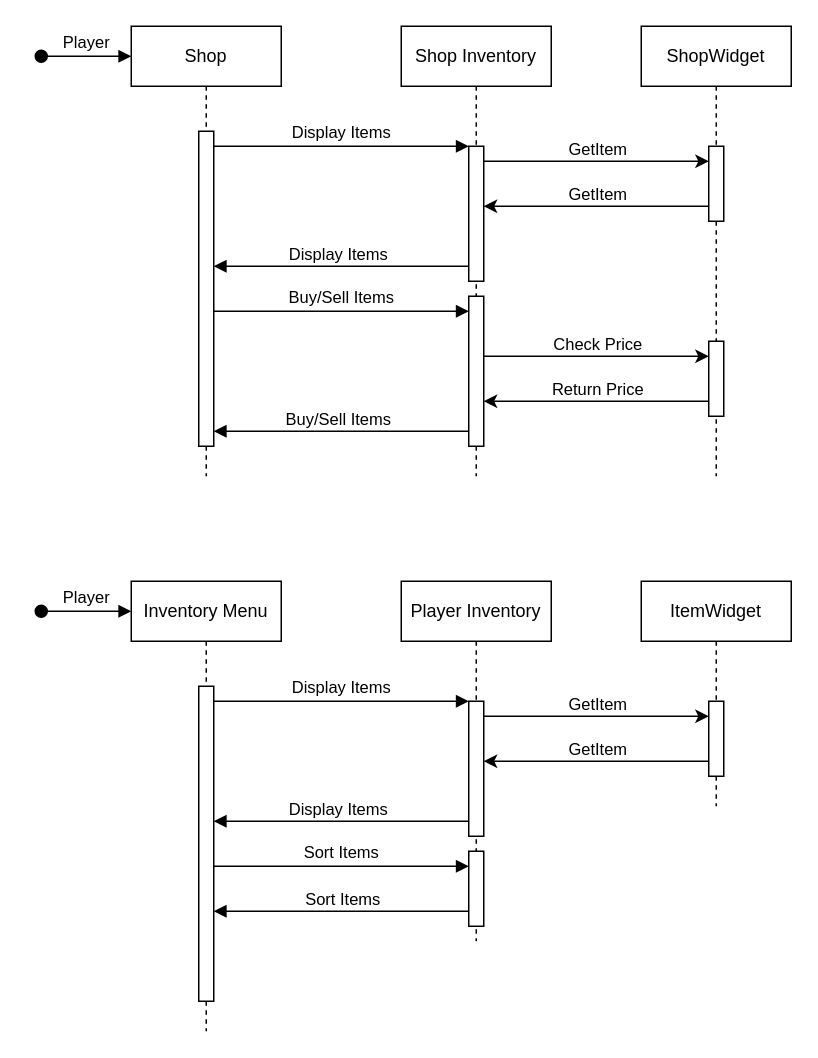
This is docs/team_lead_1/andersen_sequence_diagram.drawio from proph-et/uidaho-cs-3383-nitrogen-interactive, a draw.io file, before an edit. Source tidied: cells renumbered, new cells numbered last; positions are measured from the earlier drawing's top-left corner, leaving out a move shared by most shapes. Both pictures are drawn from the tidied source at 150%, with x=0, y=0 at pixel (40, 26).
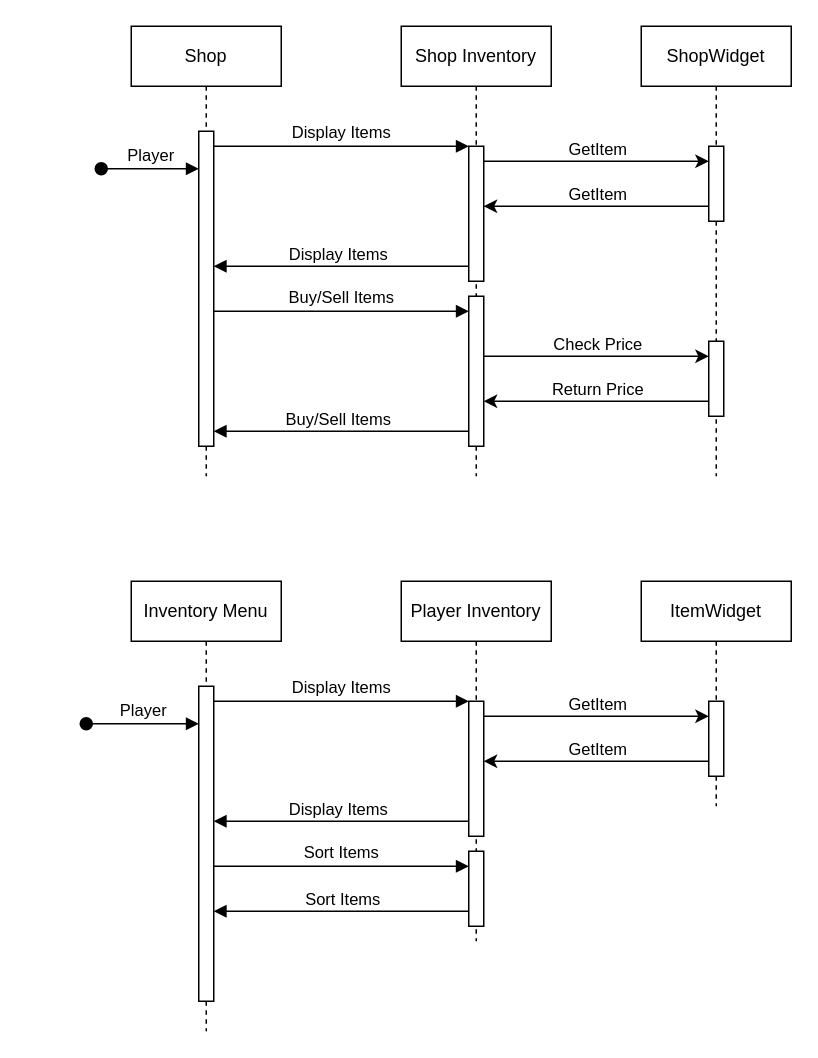
The same diagram, later.

The change refers to these unchanged cells:
```xml
<mxCell id="3" style="html=1;points=[];perimeter=orthogonalPerimeter;outlineConnect=0;targetShapes=umlLifeline;portConstraint=eastwest;newEdgeStyle={&quot;edgeStyle&quot;:&quot;elbowEdgeStyle&quot;,&quot;elbow&quot;:&quot;vertical&quot;,&quot;curved&quot;:0,&quot;rounded&quot;:0};" parent="2" vertex="1">
  <mxGeometry x="45" y="70" width="10" height="210" as="geometry" />
</mxCell>
<mxCell id="26" style="html=1;points=[];perimeter=orthogonalPerimeter;outlineConnect=0;targetShapes=umlLifeline;portConstraint=eastwest;newEdgeStyle={&quot;edgeStyle&quot;:&quot;elbowEdgeStyle&quot;,&quot;elbow&quot;:&quot;vertical&quot;,&quot;curved&quot;:0,&quot;rounded&quot;:0};" parent="25" vertex="1">
  <mxGeometry x="45" y="70" width="10" height="210" as="geometry" />
</mxCell>
```

Diff of the diagram source:
```diff
@@
-    <mxCell id="10" value="Player" style="html=1;verticalAlign=bottom;startArrow=oval;endArrow=block;startSize=8;edgeStyle=elbowEdgeStyle;elbow=vertical;curved=0;rounded=0;" parent="1" edge="1">
+    <mxCell id="10" value="Player" style="html=1;verticalAlign=bottom;startArrow=oval;endArrow=block;startSize=8;edgeStyle=elbowEdgeStyle;elbow=vertical;curved=0;rounded=0;" parent="1" edge="1" target="3">
       <mxGeometry relative="1" as="geometry">
-        <mxPoint y="20" as="sourcePoint" />
-        <mxPoint x="60" y="20.2" as="targetPoint" />
+        <mxPoint x="40" y="95" as="sourcePoint" />
       </mxGeometry>
     </mxCell>
@@
-    <mxCell id="33" value="Player" style="html=1;verticalAlign=bottom;startArrow=oval;endArrow=block;startSize=8;edgeStyle=elbowEdgeStyle;elbow=vertical;curved=0;rounded=0;" parent="1" edge="1">
+    <mxCell id="33" value="Player" style="html=1;verticalAlign=bottom;startArrow=oval;endArrow=block;startSize=8;edgeStyle=elbowEdgeStyle;elbow=vertical;curved=0;rounded=0;" parent="1" edge="1" target="26">
       <mxGeometry relative="1" as="geometry">
-        <mxPoint y="390" as="sourcePoint" />
-        <mxPoint x="60" y="390.2" as="targetPoint" />
+        <mxPoint x="30" y="465" as="sourcePoint" />
       </mxGeometry>
     </mxCell>
```
